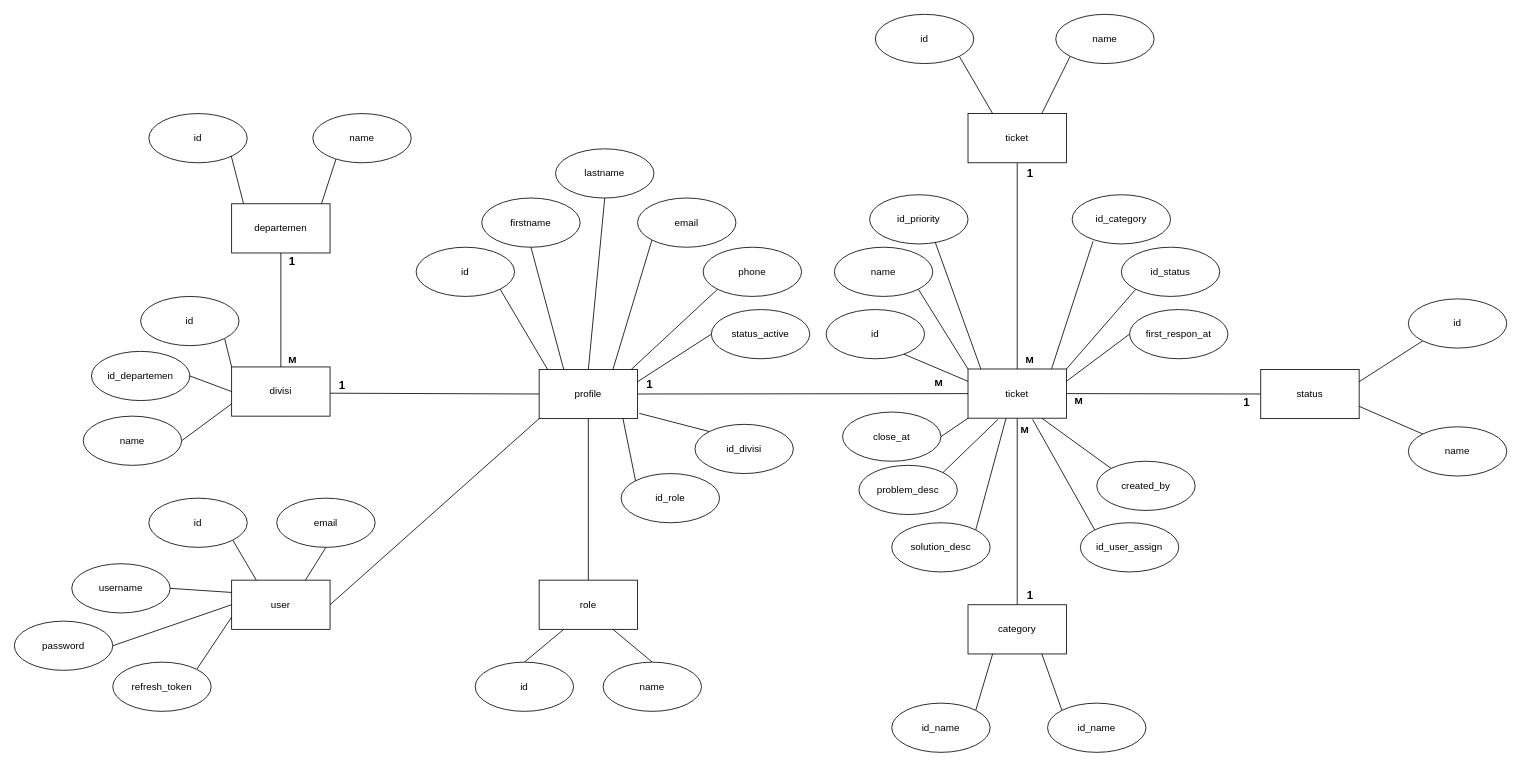
The draw.io diagram page "Page-2" (2 of 2) of skripsi-erd.drawio in raflialkindhi/graph-save, before the edit. Source tidied: cells renumbered, new cells numbered last; positions are measured from the earlier drawing's top-left corner, leaving out a move shared by most shapes. Both pictures are drawn from the tidied source at 82%, with x=0, y=0 at pixel (14, 14).
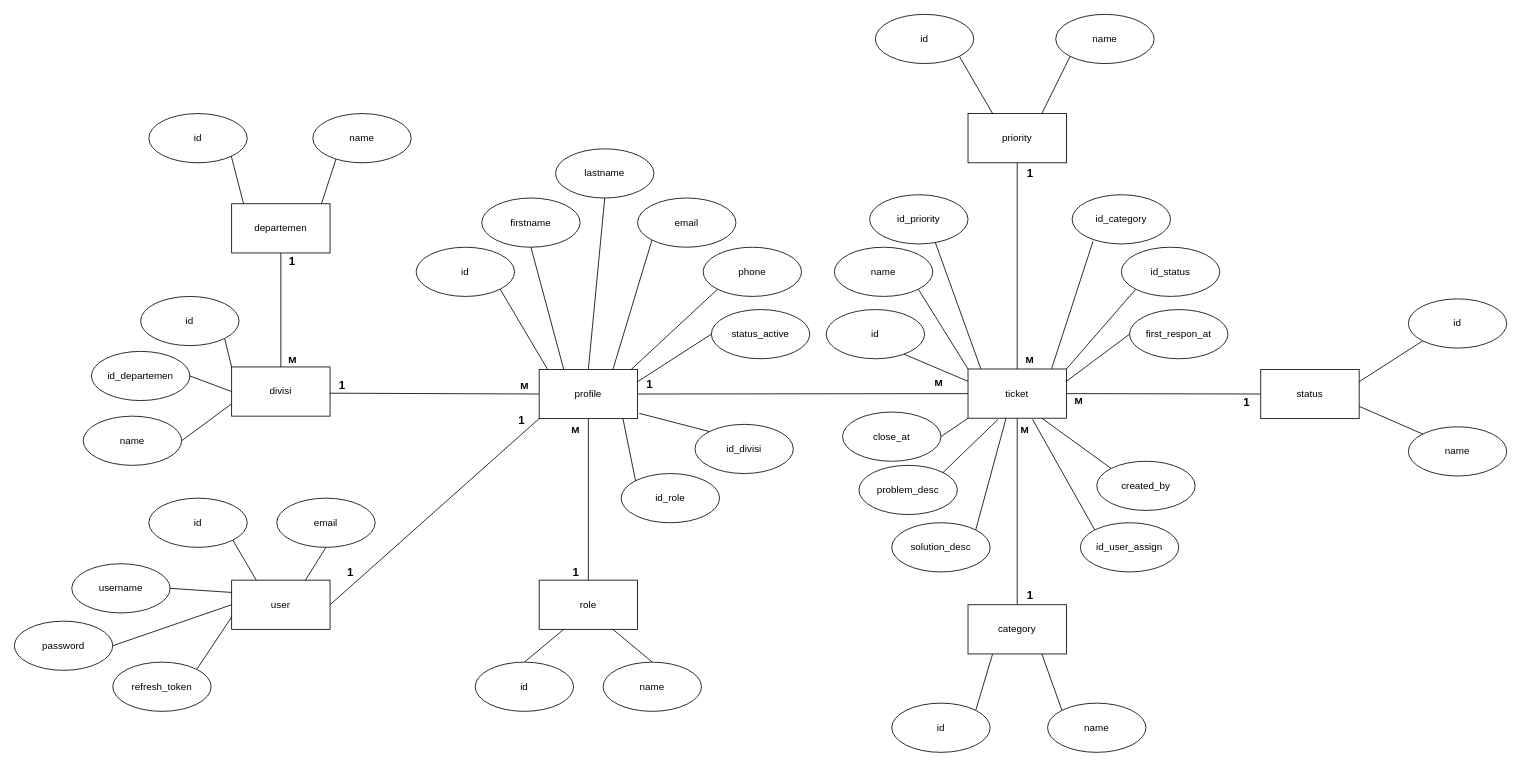
After the change.

Diff of the diagram source:
```diff
@@
-    <mxCell id="82" value="id_name" style="ellipse;whiteSpace=wrap;html=1;" parent="1" vertex="1">
+    <mxCell id="82" value="id" style="ellipse;whiteSpace=wrap;html=1;" parent="1" vertex="1">
       <mxGeometry x="1070" y="840" width="120" height="60" as="geometry" />
     </mxCell>
@@
-    <mxCell id="84" value="id_name" style="ellipse;whiteSpace=wrap;html=1;" parent="1" vertex="1">
+    <mxCell id="84" value="name" style="ellipse;whiteSpace=wrap;html=1;" parent="1" vertex="1">
       <mxGeometry x="1260" y="840" width="120" height="60" as="geometry" />
     </mxCell>
@@
-    <mxCell id="86" value="ticket" style="rounded=0;whiteSpace=wrap;html=1;" parent="1" vertex="1">
+    <mxCell id="86" value="priority" style="rounded=0;whiteSpace=wrap;html=1;" parent="1" vertex="1">
       <mxGeometry x="1163" y="121" width="120" height="60" as="geometry" />
     </mxCell>
@@
+    <mxCell id="104" value="&lt;b&gt;M&lt;/b&gt;" style="text;html=1;strokeColor=none;fillColor=none;align=center;verticalAlign=middle;whiteSpace=wrap;rounded=0;" parent="1" vertex="1">
+      <mxGeometry x="606.5" y="442" width="31" height="22" as="geometry" />
+    </mxCell>
+    <mxCell id="105" value="&lt;b&gt;&lt;font style=&quot;font-size: 14px;&quot;&gt;1&lt;/font&gt;&lt;/b&gt;" style="text;html=1;strokeColor=none;fillColor=none;align=center;verticalAlign=middle;whiteSpace=wrap;rounded=0;" parent="1" vertex="1">
+      <mxGeometry x="395" y="671" width="30" height="20" as="geometry" />
+    </mxCell>
+    <mxCell id="106" value="&lt;b&gt;&lt;font style=&quot;font-size: 14px;&quot;&gt;1&lt;/font&gt;&lt;/b&gt;" style="text;html=1;strokeColor=none;fillColor=none;align=center;verticalAlign=middle;whiteSpace=wrap;rounded=0;" parent="1" vertex="1">
+      <mxGeometry x="604" y="485" width="30" height="20" as="geometry" />
+    </mxCell>
+    <mxCell id="107" value="&lt;b&gt;&lt;font style=&quot;font-size: 14px;&quot;&gt;1&lt;/font&gt;&lt;/b&gt;" style="text;html=1;strokeColor=none;fillColor=none;align=center;verticalAlign=middle;whiteSpace=wrap;rounded=0;" parent="1" vertex="1">
+      <mxGeometry x="670" y="670" width="30" height="20" as="geometry" />
+    </mxCell>
+    <mxCell id="108" value="&lt;b&gt;M&lt;/b&gt;" style="text;html=1;strokeColor=none;fillColor=none;align=center;verticalAlign=middle;whiteSpace=wrap;rounded=0;" parent="1" vertex="1">
+      <mxGeometry x="669" y="495.5" width="31" height="22" as="geometry" />
+    </mxCell>
```
